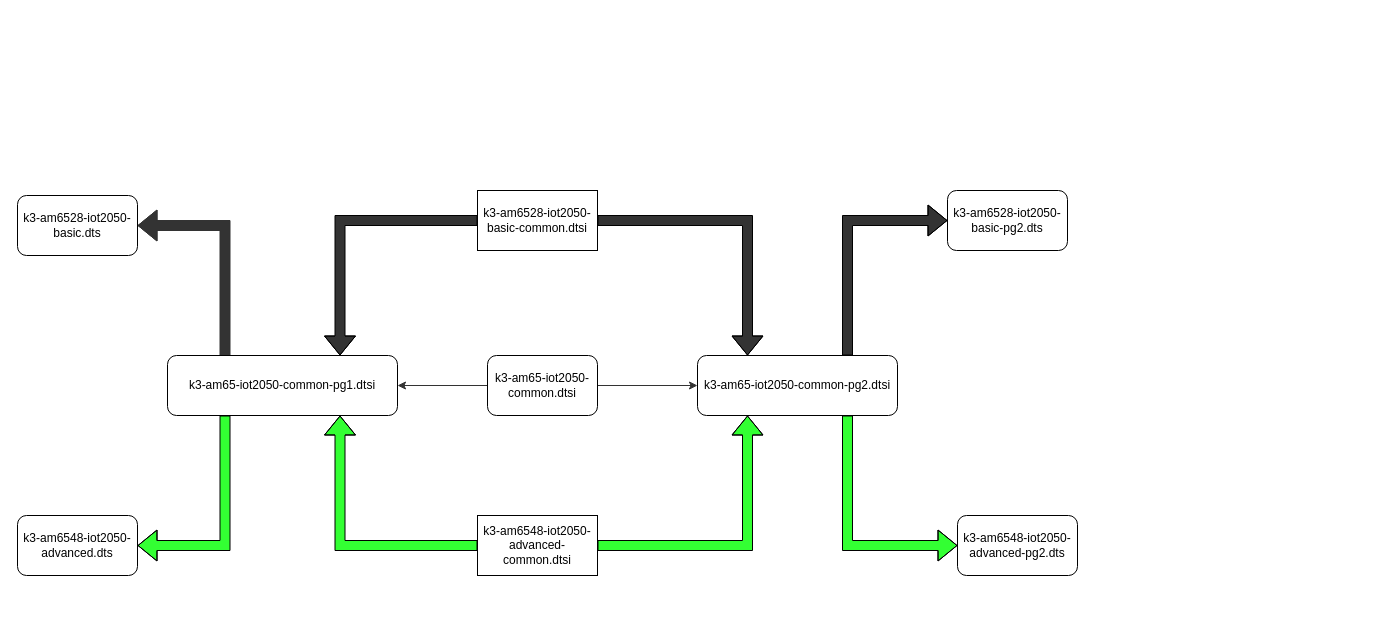
Above: page "Page-1" (1 of 2) of Untitled Diagram.drawio in AsuraZeng/Developer-Books (draw.io), before the change. Source tidied: cells renumbered, new cells numbered last; positions are measured from the earlier drawing's top-left corner, leaving out a move shared by most shapes. Both pictures are drawn from the tidied source at 100%, with x=0, y=0 at pixel (17, 190).
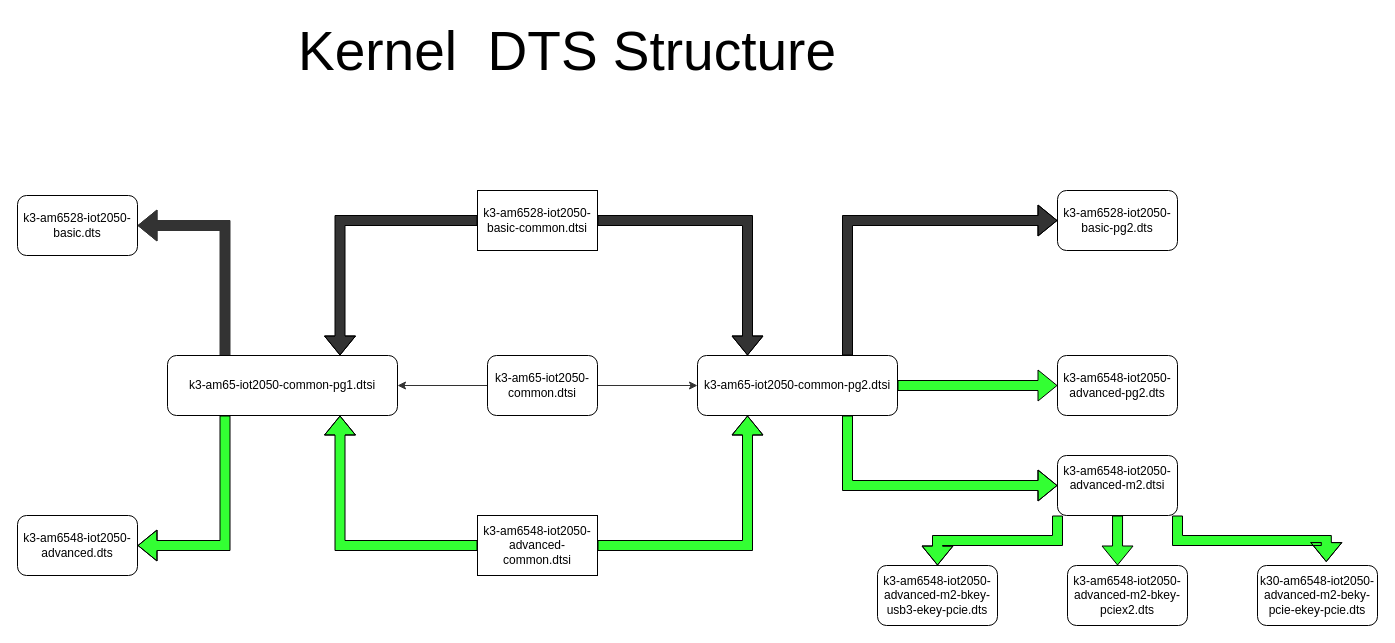
Above is the later version.

The change refers to these unchanged cells:
```xml
<mxCell id="16" value="k3-am65-iot2050-common-pg2.dtsi" style="rounded=1;whiteSpace=wrap;html=1;" parent="1" vertex="1">
  <mxGeometry x="680" y="165" width="200" height="60" as="geometry" />
</mxCell>
```

The edit, as a diff of the source:
```diff
@@
     <mxCell id="13" value="k3-am6528-iot2050-basic-pg2.dts" style="rounded=1;whiteSpace=wrap;html=1;" parent="1" vertex="1">
-      <mxGeometry x="930" width="120" height="60" as="geometry" />
+      <mxGeometry x="1040" width="120" height="60" as="geometry" />
     </mxCell>
@@
-    <mxCell id="15" style="edgeStyle=orthogonalEdgeStyle;rounded=0;jettySize=auto;html=1;exitX=0.75;exitY=1;exitDx=0;exitDy=0;entryX=0;entryY=0.5;entryDx=0;entryDy=0;fillColor=#33FF33;elbow=vertical;shape=flexArrow;" parent="1" edge="1" source="16" target="17">
+    <mxCell id="15" style="edgeStyle=orthogonalEdgeStyle;rounded=0;jettySize=auto;html=1;entryX=0;entryY=0.5;entryDx=0;entryDy=0;shape=flexArrow;fillColor=#33FF33;" parent="1" edge="1" source="16" target="17">
       <mxGeometry relative="1" as="geometry" />
     </mxCell>
+    <mxCell id="21" style="edgeStyle=orthogonalEdgeStyle;shape=flexArrow;rounded=0;jettySize=auto;html=1;exitX=0.75;exitY=1;exitDx=0;exitDy=0;entryX=0;entryY=0.5;entryDx=0;entryDy=0;fillColor=#33FF33;" parent="1" edge="1" source="16" target="25">
+      <mxGeometry relative="1" as="geometry" />
+    </mxCell>
@@
     <mxCell id="17" value="k3-am6548-iot2050-advanced-pg2.dts" style="rounded=1;whiteSpace=wrap;html=1;" parent="1" vertex="1">
-      <mxGeometry x="940" y="325" width="120" height="60" as="geometry" />
+      <mxGeometry x="1040" y="165" width="120" height="60" as="geometry" />
     </mxCell>
@@
+    <mxCell id="22" style="edgeStyle=orthogonalEdgeStyle;shape=flexArrow;rounded=0;jettySize=auto;html=1;exitX=0;exitY=1;exitDx=0;exitDy=0;entryX=0.5;entryY=0;entryDx=0;entryDy=0;fillColor=#33FF33;" parent="1" edge="1" source="25" target="26">
+      <mxGeometry relative="1" as="geometry" />
+    </mxCell>
+    <mxCell id="23" style="edgeStyle=orthogonalEdgeStyle;shape=flexArrow;rounded=0;jettySize=auto;html=1;entryX=0.417;entryY=0;entryDx=0;entryDy=0;entryPerimeter=0;fillColor=#33FF33;" parent="1" edge="1" source="25" target="28">
+      <mxGeometry relative="1" as="geometry" />
+    </mxCell>
+    <mxCell id="24" style="edgeStyle=orthogonalEdgeStyle;shape=flexArrow;rounded=0;jettySize=auto;html=1;exitX=1;exitY=1;exitDx=0;exitDy=0;entryX=0.573;entryY=-0.057;entryDx=0;entryDy=0;entryPerimeter=0;fillColor=#33FF33;" parent="1" edge="1" source="25" target="27">
+      <mxGeometry relative="1" as="geometry" />
+    </mxCell>
+    <mxCell id="25" value="&lt;div&gt;k3-am6548-iot2050-advanced-m2.dtsi&lt;/div&gt;&lt;div&gt;&lt;br&gt;&lt;/div&gt;" style="rounded=1;whiteSpace=wrap;html=1;" parent="1" vertex="1">
+      <mxGeometry x="1040" y="265" width="120" height="60" as="geometry" />
+    </mxCell>
+    <mxCell id="26" value="k3-am6548-iot2050-advanced-m2-bkey-usb3-ekey-pcie.dts" style="rounded=1;whiteSpace=wrap;html=1;" parent="1" vertex="1">
+      <mxGeometry x="860" y="375" width="120" height="60" as="geometry" />
+    </mxCell>
+    <mxCell id="27" value="&lt;div&gt;k30-am6548-iot2050-advanced-m2-beky-pcie-ekey-pcie.dts&lt;/div&gt;" style="rounded=1;whiteSpace=wrap;html=1;" parent="1" vertex="1">
+      <mxGeometry x="1240" y="375" width="120" height="60" as="geometry" />
+    </mxCell>
+    <mxCell id="28" value="&lt;div&gt;k3-am6548-iot2050-advanced-m2-bkey-pciex2.dts&lt;/div&gt;" style="rounded=1;whiteSpace=wrap;html=1;" parent="1" vertex="1">
+      <mxGeometry x="1050" y="375" width="120" height="60" as="geometry" />
+    </mxCell>
+    <mxCell id="29" value="&lt;font style=&quot;font-size: 55px;&quot;&gt;Kernel&amp;nbsp; DTS Structure&lt;/font&gt;" style="text;html=1;strokeColor=none;fillColor=none;align=center;verticalAlign=middle;whiteSpace=wrap;rounded=0;labelBackgroundColor=none;" parent="1" vertex="1">
+      <mxGeometry x="230" y="-155" width="640" height="30" as="geometry" />
+    </mxCell>
```
